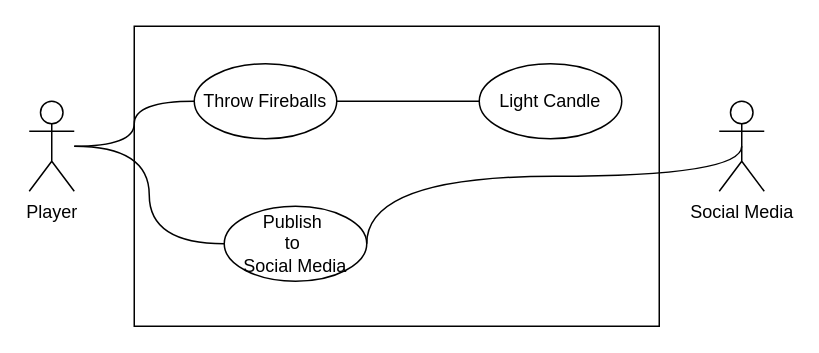
jmcjordi811/CISC210Draw keeps this draw.io diagram as Untitled Diagram.drawio. Above is the earlier version. Source tidied: cells renumbered, new cells numbered last; positions are measured from the earlier drawing's top-left corner, leaving out a move shared by most shapes. Both pictures are drawn from the tidied source at 150%, with x=0, y=0 at pixel (28, 26).
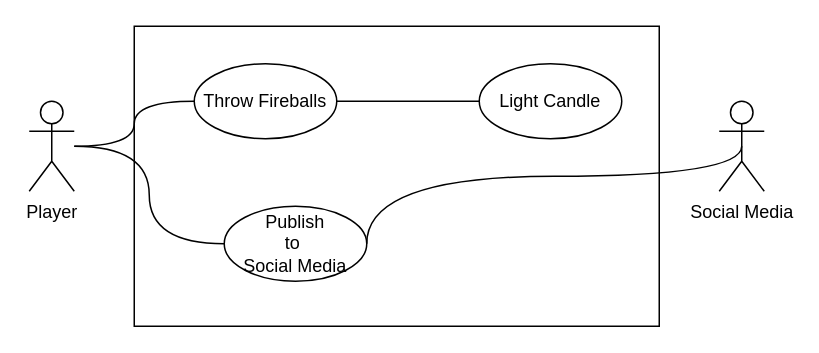
After the change.

Commit message:
Update social media use case

Diff of the diagram source:
```diff
@@
 <mxGraphModel>
   <root>
     <mxCell id="0" />
     <mxCell id="1" parent="0" />
     <mxCell id="2" style="edgeStyle=orthogonalEdgeStyle;rounded=0;jettySize=auto;html=1;entryX=0;entryY=0.5;entryDx=0;entryDy=0;curved=1;endArrow=none;endFill=0;" parent="1" edge="1" source="4" target="7">
       <mxGeometry relative="1" as="geometry" />
     </mxCell>
     <mxCell id="3" style="edgeStyle=orthogonalEdgeStyle;curved=1;rounded=0;jettySize=auto;html=1;entryX=0;entryY=0.5;entryDx=0;entryDy=0;endArrow=none;endFill=0;" parent="1" edge="1" source="4" target="10">
       <mxGeometry relative="1" as="geometry" />
     </mxCell>
     <mxCell id="4" value="Player" style="shape=umlActor;verticalLabelPosition=bottom;labelBackgroundColor=#ffffff;verticalAlign=top;html=1;" parent="1" vertex="1">
       <mxGeometry y="50" width="30" height="60" as="geometry" />
     </mxCell>
     <mxCell id="5" style="rounded=0;whiteSpace=wrap;html=1;fillColor=none;" parent="1" vertex="1">
       <mxGeometry x="70" width="350" height="200" as="geometry" />
     </mxCell>
     <mxCell id="6" style="edgeStyle=orthogonalEdgeStyle;curved=1;rounded=0;jettySize=auto;html=1;exitX=1;exitY=0.5;exitDx=0;exitDy=0;entryX=0;entryY=0.5;entryDx=0;entryDy=0;endArrow=none;endFill=0;" parent="1" edge="1" source="7" target="8">
       <mxGeometry relative="1" as="geometry" />
     </mxCell>
     <mxCell id="7" value="Throw Fireballs" style="ellipse;whiteSpace=wrap;html=1;fillColor=none;" parent="1" vertex="1">
       <mxGeometry x="110" y="25" width="95" height="50" as="geometry" />
     </mxCell>
     <mxCell id="8" value="Light Candle" style="ellipse;whiteSpace=wrap;html=1;fillColor=none;" parent="1" vertex="1">
       <mxGeometry x="300" y="25" width="95" height="50" as="geometry" />
     </mxCell>
     <mxCell id="9" style="edgeStyle=orthogonalEdgeStyle;curved=1;rounded=0;jettySize=auto;html=1;exitX=1;exitY=0.5;exitDx=0;exitDy=0;entryX=0.5;entryY=0.5;entryDx=0;entryDy=0;entryPerimeter=0;endArrow=none;endFill=0;" parent="1" edge="1" source="10" target="11">
       <mxGeometry relative="1" as="geometry">
         <Array as="points">
           <mxPoint x="225" y="100" />
           <mxPoint x="475" y="100" />
         </Array>
       </mxGeometry>
     </mxCell>
-    <mxCell id="10" value="Publish&amp;nbsp;&lt;br&gt;to&amp;nbsp;&lt;br&gt;Social Media" style="ellipse;whiteSpace=wrap;html=1;fillColor=none;" parent="1" vertex="1">
+    <mxCell id="10" value="Publish&lt;br&gt;to&amp;nbsp;&lt;br&gt;Social Media" style="ellipse;whiteSpace=wrap;html=1;fillColor=none;" parent="1" vertex="1">
       <mxGeometry x="130" y="120" width="95" height="50" as="geometry" />
     </mxCell>
     <mxCell id="11" value="Social Media" style="shape=umlActor;verticalLabelPosition=bottom;labelBackgroundColor=#ffffff;verticalAlign=top;html=1;" parent="1" vertex="1">
       <mxGeometry x="460" y="50" width="30" height="60" as="geometry" />
     </mxCell>
   </root>
 </mxGraphModel>
```
